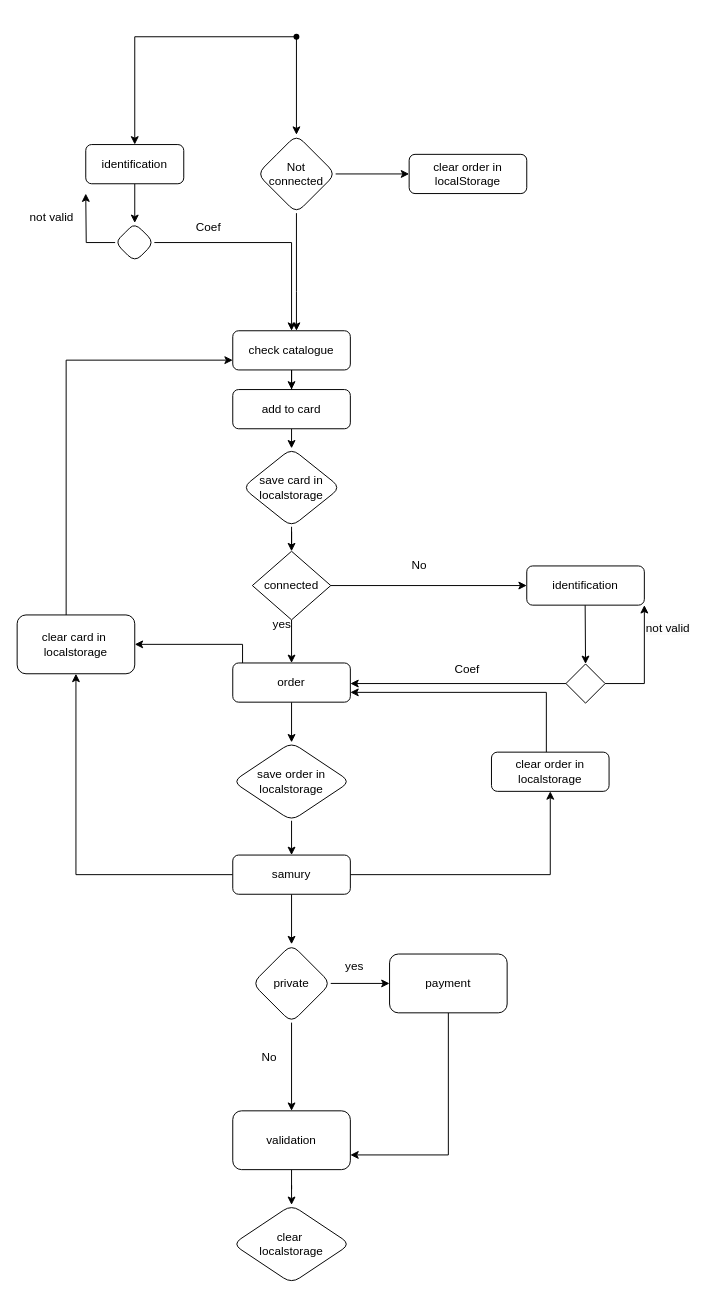
Sifelddin/bookStore_symfony keeps this draw.io diagram as Activity_diagram.drawio. Above is the earlier version. Source tidied: cells renumbered, new cells numbered last; positions are measured from the earlier drawing's top-left corner, leaving out a move shared by most shapes. Both pictures are drawn from the tidied source at 98%, with x=0, y=0 at pixel (17, 17).
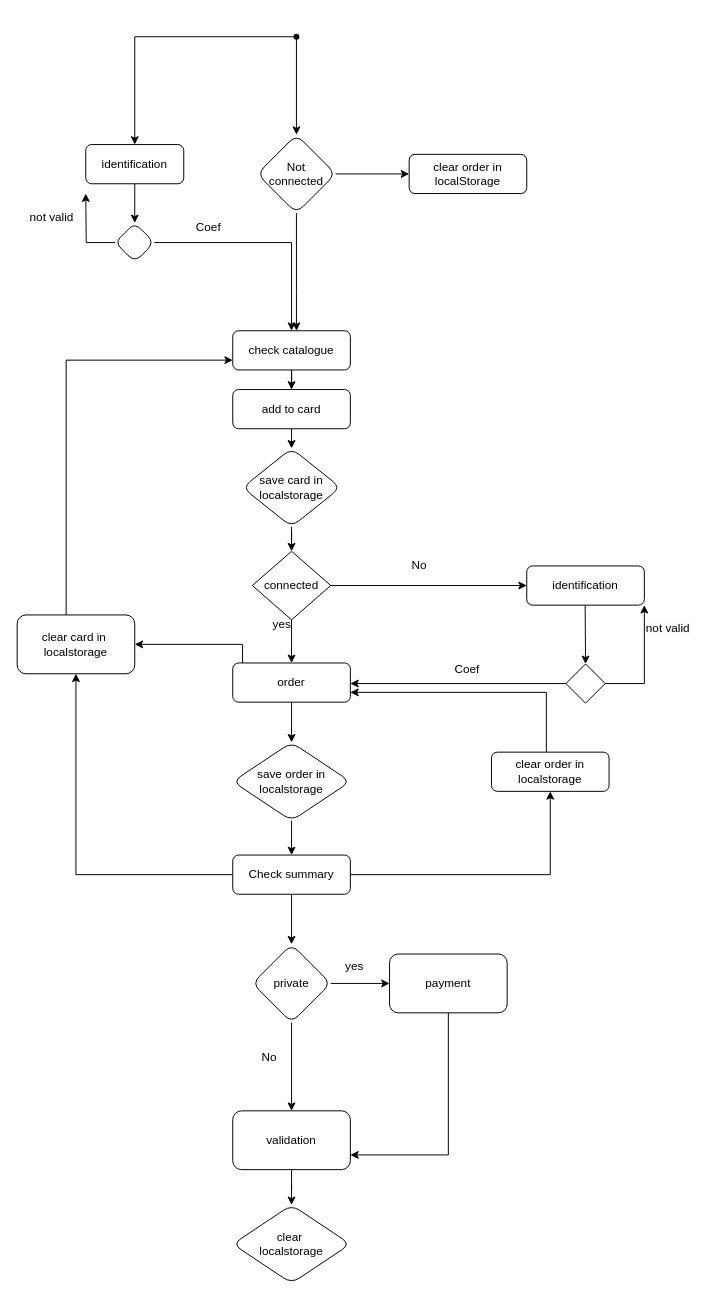
The same diagram, later.

Diff of the diagram source:
```diff
@@
-    <mxCell id="32" value="samury" style="rounded=1;whiteSpace=wrap;html=1;fontSize=12;glass=0;strokeWidth=1;shadow=0;" parent="1" vertex="1">
+    <mxCell id="32" value="Check summary" style="rounded=1;whiteSpace=wrap;html=1;fontSize=12;glass=0;strokeWidth=1;shadow=0;" parent="1" vertex="1">
       <mxGeometry x="220" y="855" width="120" height="40" as="geometry" />
     </mxCell>
```
